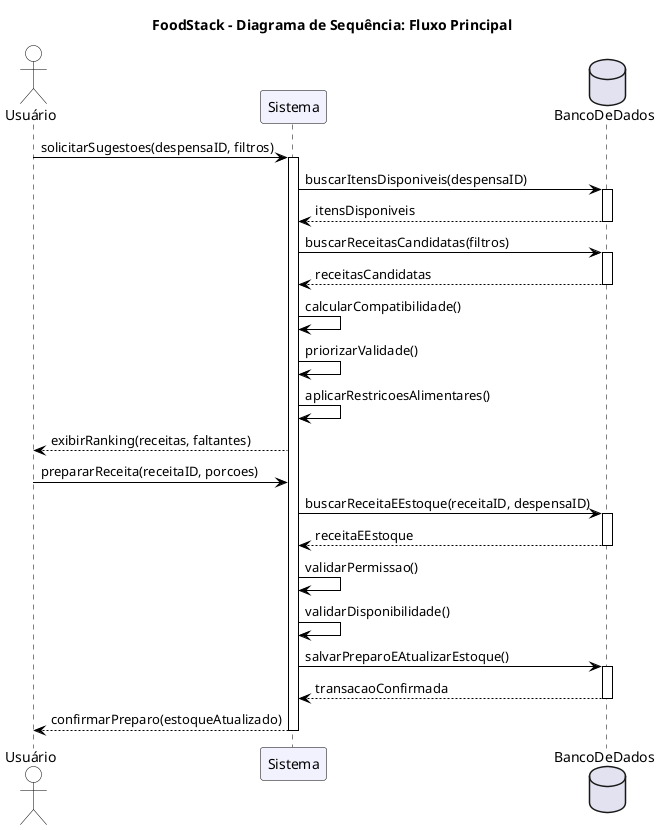
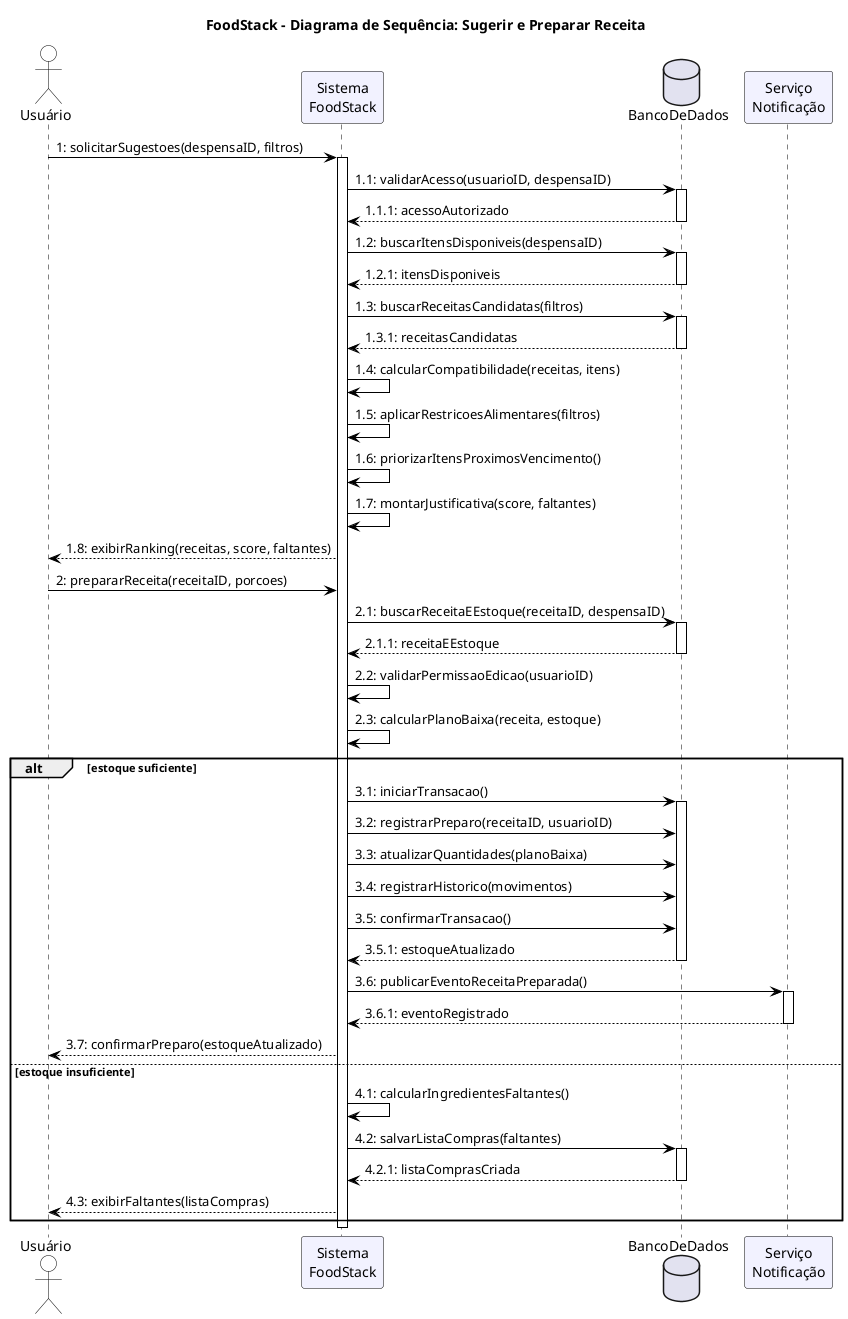
@startuml
- title FoodStack - Diagrama de Sequência: Fluxo Principal
+ title FoodStack - Diagrama de Sequência: Sugerir e Preparar Receita

skinparam shadowing false
skinparam defaultFontName Arial
skinparam sequence {
  ArrowColor Black
  LifeLineBorderColor Black
  ParticipantBorderColor Black
  ParticipantBackgroundColor #F2F2FF
  ActorBorderColor Black
  ActorBackgroundColor White
  DatabaseBorderColor Black
  DatabaseBackgroundColor White
}

actor "Usuário" as Usuario
- participant "Sistema" as Sistema
+ participant "Sistema\nFoodStack" as Sistema
database "BancoDeDados" as BancoDeDados
+ participant "Serviço\nNotificação" as Notificacao

- Usuario -> Sistema : solicitarSugestoes(despensaID, filtros)
+ Usuario -> Sistema : 1: solicitarSugestoes(despensaID, filtros)
activate Sistema

- Sistema -> BancoDeDados : buscarItensDisponiveis(despensaID)
+ Sistema -> BancoDeDados : 1.1: validarAcesso(usuarioID, despensaID)
activate BancoDeDados
- BancoDeDados --> Sistema : itensDisponiveis
+ BancoDeDados --> Sistema : 1.1.1: acessoAutorizado
deactivate BancoDeDados

- Sistema -> BancoDeDados : buscarReceitasCandidatas(filtros)
+ Sistema -> BancoDeDados : 1.2: buscarItensDisponiveis(despensaID)
activate BancoDeDados
- BancoDeDados --> Sistema : receitasCandidatas
+ BancoDeDados --> Sistema : 1.2.1: itensDisponiveis
deactivate BancoDeDados

- Sistema -> Sistema : calcularCompatibilidade()
- Sistema -> Sistema : priorizarValidade()
- Sistema -> Sistema : aplicarRestricoesAlimentares()
- 
- Sistema --> Usuario : exibirRanking(receitas, faltantes)
- 
- Usuario -> Sistema : prepararReceita(receitaID, porcoes)
- 
- Sistema -> BancoDeDados : buscarReceitaEEstoque(receitaID, despensaID)
+ Sistema -> BancoDeDados : 1.3: buscarReceitasCandidatas(filtros)
activate BancoDeDados
- BancoDeDados --> Sistema : receitaEEstoque
+ BancoDeDados --> Sistema : 1.3.1: receitasCandidatas
deactivate BancoDeDados

- Sistema -> Sistema : validarPermissao()
- Sistema -> Sistema : validarDisponibilidade()
+ Sistema -> Sistema : 1.4: calcularCompatibilidade(receitas, itens)
+ Sistema -> Sistema : 1.5: aplicarRestricoesAlimentares(filtros)
+ Sistema -> Sistema : 1.6: priorizarItensProximosVencimento()
+ Sistema -> Sistema : 1.7: montarJustificativa(score, faltantes)
+ Sistema --> Usuario : 1.8: exibirRanking(receitas, score, faltantes)

- Sistema -> BancoDeDados : salvarPreparoEAtualizarEstoque()
+ Usuario -> Sistema : 2: prepararReceita(receitaID, porcoes)
+ 
+ Sistema -> BancoDeDados : 2.1: buscarReceitaEEstoque(receitaID, despensaID)
activate BancoDeDados
- BancoDeDados --> Sistema : transacaoConfirmada
+ BancoDeDados --> Sistema : 2.1.1: receitaEEstoque
deactivate BancoDeDados

- Sistema --> Usuario : confirmarPreparo(estoqueAtualizado)
+ Sistema -> Sistema : 2.2: validarPermissaoEdicao(usuarioID)
+ Sistema -> Sistema : 2.3: calcularPlanoBaixa(receita, estoque)
+ 
+ alt estoque suficiente
+   Sistema -> BancoDeDados : 3.1: iniciarTransacao()
+   activate BancoDeDados
+   Sistema -> BancoDeDados : 3.2: registrarPreparo(receitaID, usuarioID)
+   Sistema -> BancoDeDados : 3.3: atualizarQuantidades(planoBaixa)
+   Sistema -> BancoDeDados : 3.4: registrarHistorico(movimentos)
+   Sistema -> BancoDeDados : 3.5: confirmarTransacao()
+   BancoDeDados --> Sistema : 3.5.1: estoqueAtualizado
+   deactivate BancoDeDados
+   Sistema -> Notificacao : 3.6: publicarEventoReceitaPreparada()
+   activate Notificacao
+   Notificacao --> Sistema : 3.6.1: eventoRegistrado
+   deactivate Notificacao
+   Sistema --> Usuario : 3.7: confirmarPreparo(estoqueAtualizado)
+ else estoque insuficiente
+   Sistema -> Sistema : 4.1: calcularIngredientesFaltantes()
+   Sistema -> BancoDeDados : 4.2: salvarListaCompras(faltantes)
+   activate BancoDeDados
+   BancoDeDados --> Sistema : 4.2.1: listaComprasCriada
+   deactivate BancoDeDados
+   Sistema --> Usuario : 4.3: exibirFaltantes(listaCompras)
+ end
+ 
deactivate Sistema
@enduml
